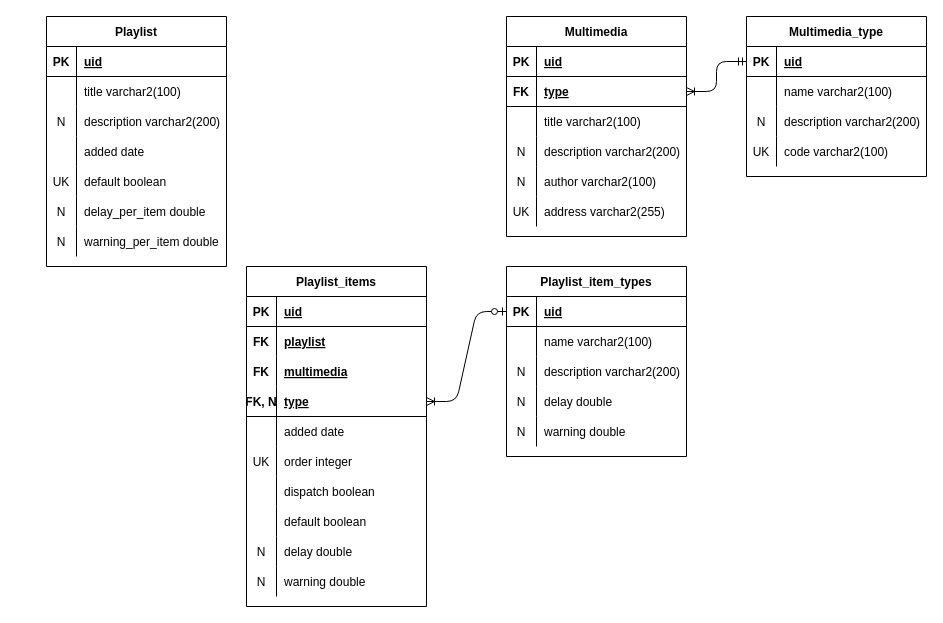
The draw.io diagram general/kara.drawio in NeroAlfonso/Midnight-docs, before the edit. Source tidied: cells renumbered, new cells numbered last; positions are measured from the earlier drawing's top-left corner, leaving out a move shared by most shapes. Both pictures are drawn from the tidied source at 100%, with x=0, y=0 at pixel (46, 16).
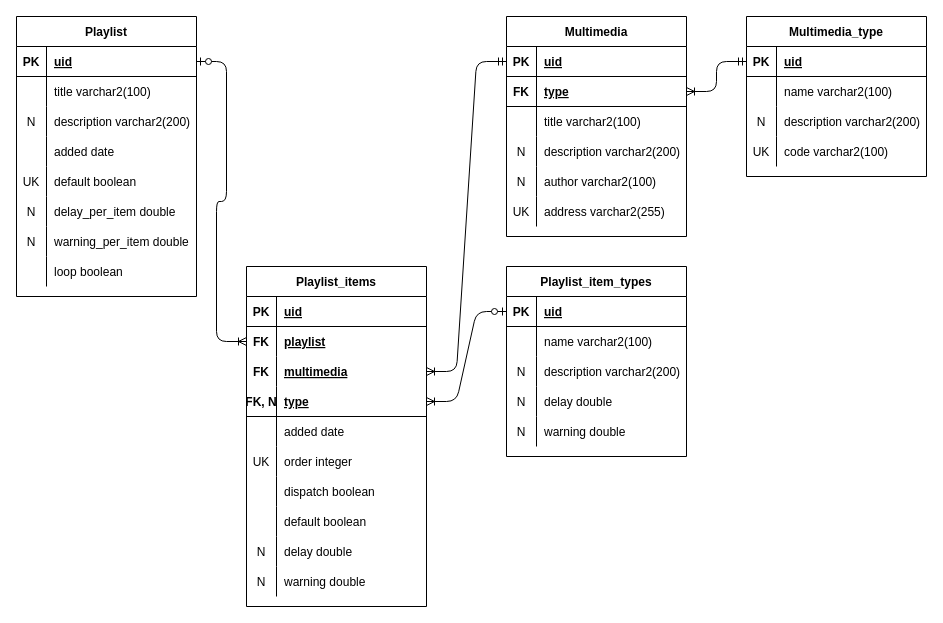
The same page after the edit.

The change refers to these unchanged cells:
```xml
<mxCell id="3" style="shape=partialRectangle;fillColor=none;top=0;left=0;bottom=1;right=0;points=[[0,0.5],[1,0.5]];portConstraint=eastwest;" parent="2" vertex="1">
  <mxGeometry y="30" width="180" height="30" as="geometry" />
</mxCell>
<mxCell id="25" style="shape=partialRectangle;fillColor=none;top=0;left=0;bottom=1;right=0;points=[[0,0.5],[1,0.5]];portConstraint=eastwest;" parent="24" vertex="1">
  <mxGeometry y="30" width="180" height="30" as="geometry" />
</mxCell>
<mxCell id="47" style="shape=partialRectangle;fillColor=none;top=0;left=0;bottom=0;right=0;points=[[0,0.5],[1,0.5]];portConstraint=eastwest;" parent="43" vertex="1">
  <mxGeometry y="60" width="180" height="30" as="geometry" />
</mxCell>
<mxCell id="50" style="shape=partialRectangle;fillColor=none;top=0;left=0;bottom=0;right=0;points=[[0,0.5],[1,0.5]];portConstraint=eastwest;" parent="43" vertex="1">
  <mxGeometry y="90" width="180" height="30" as="geometry" />
</mxCell>
```

What changed in the source:
```diff
@@
     <mxCell id="2" value="Playlist" style="shape=table;startSize=30;childLayout=tableLayout;rowLines=0;fontStyle=1;align=center;" parent="1" vertex="1">
-      <mxGeometry width="180" height="250" as="geometry" />
+      <mxGeometry x="-30" width="180" height="280" as="geometry" />
     </mxCell>
@@
+    <mxCell id="105" style="shape=partialRectangle;fillColor=none;top=0;left=0;bottom=0;right=0;" parent="2" vertex="1">
+      <mxGeometry y="210" width="180" height="30" as="geometry" />
+    </mxCell>
+    <mxCell id="106" value="N" style="shape=partialRectangle;fillColor=none;top=0;left=0;bottom=0;right=0;overflow=hidden;" parent="105" vertex="1">
+      <mxGeometry width="30" height="30" as="geometry" />
+    </mxCell>
+    <mxCell id="107" value="warning_per_item double" style="shape=partialRectangle;fillColor=none;top=0;left=0;bottom=0;right=0;align=left;spacingLeft=6;overflow=hidden;" parent="105" vertex="1">
+      <mxGeometry x="30" width="150" height="30" as="geometry" />
+    </mxCell>
     <mxCell id="21" style="shape=partialRectangle;fillColor=none;top=0;left=0;bottom=0;right=0;" parent="2" vertex="1">
-      <mxGeometry y="210" width="180" height="30" as="geometry" />
+      <mxGeometry y="240" width="180" height="30" as="geometry" />
     </mxCell>
-    <mxCell id="22" value="N" style="shape=partialRectangle;fillColor=none;top=0;left=0;bottom=0;right=0;overflow=hidden;" parent="21" vertex="1">
+    <mxCell id="22" style="shape=partialRectangle;fillColor=none;top=0;left=0;bottom=0;right=0;overflow=hidden;" parent="21" vertex="1">
       <mxGeometry width="30" height="30" as="geometry" />
     </mxCell>
-    <mxCell id="23" value="warning_per_item double" style="shape=partialRectangle;fillColor=none;top=0;left=0;bottom=0;right=0;align=left;spacingLeft=6;overflow=hidden;" parent="21" vertex="1">
+    <mxCell id="23" value="loop boolean" style="shape=partialRectangle;fillColor=none;top=0;left=0;bottom=0;right=0;align=left;spacingLeft=6;overflow=hidden;" parent="21" vertex="1">
       <mxGeometry x="30" width="150" height="30" as="geometry" />
     </mxCell>
@@
+    <mxCell id="108" style="edgeStyle=entityRelationEdgeStyle;fontSize=12;html=1;endArrow=ERoneToMany;startArrow=ERzeroToOne;exitX=1;exitY=0.5;exitDx=0;exitDy=0;entryX=0;entryY=0.5;entryDx=0;entryDy=0;" parent="1" edge="1" source="3" target="47">
+      <mxGeometry relative="1" as="geometry" />
+    </mxCell>
+    <mxCell id="109" style="edgeStyle=entityRelationEdgeStyle;fontSize=12;html=1;endArrow=ERoneToMany;startArrow=ERmandOne;entryX=1;entryY=0.5;entryDx=0;entryDy=0;exitX=0;exitY=0.5;exitDx=0;exitDy=0;" parent="1" edge="1" source="25" target="50">
+      <mxGeometry relative="1" as="geometry" />
+    </mxCell>
```
